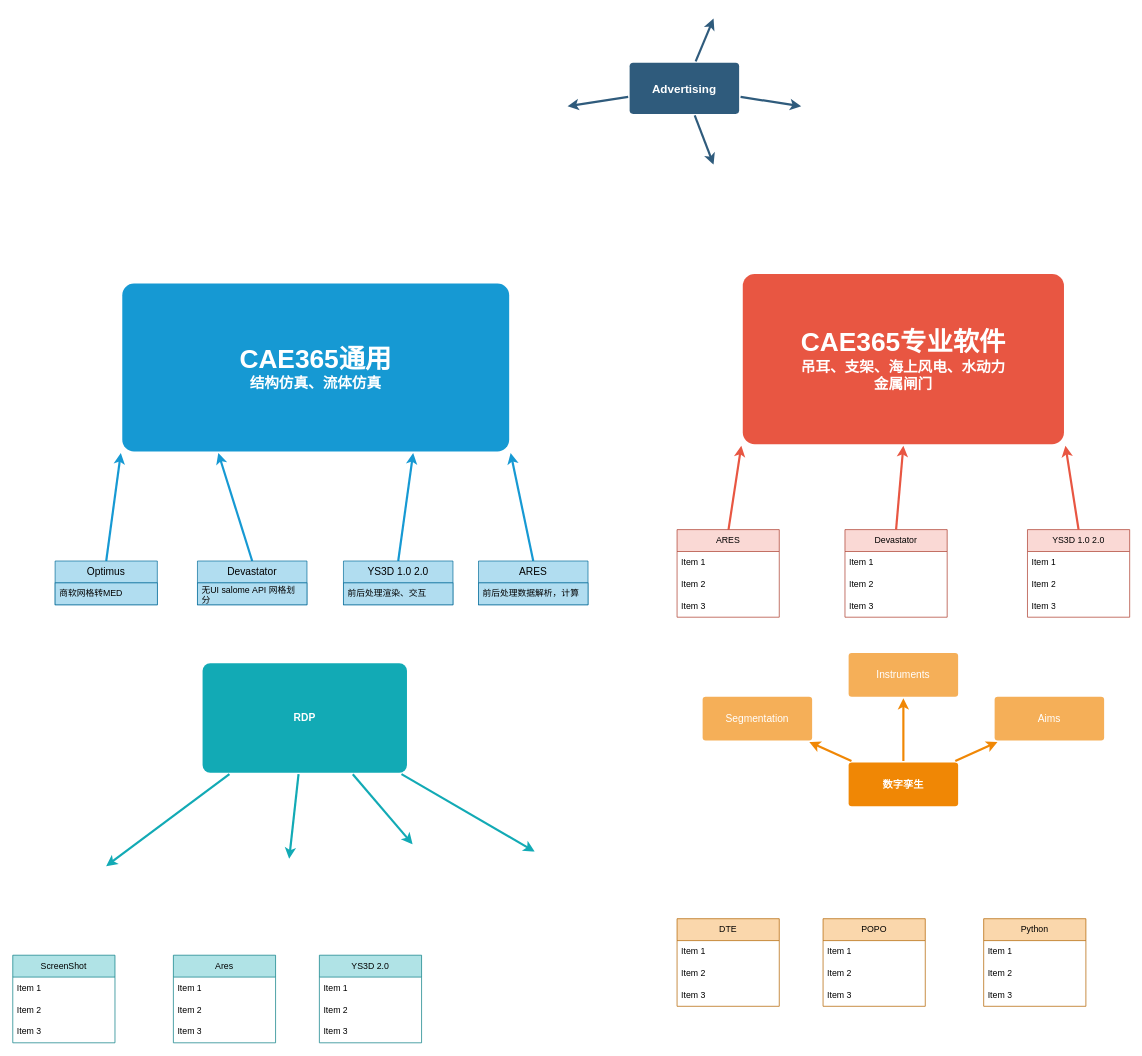
Earlier version of the draw.io diagram 3d.drawio (Harekaze-Misakiakeno/uml). Source tidied: cells renumbered, new cells numbered last; positions are measured from the earlier drawing's top-left corner, leaving out a move shared by most shapes. Both pictures are drawn from the tidied source at 73%, with x=0, y=0 at pixel (12, 18).
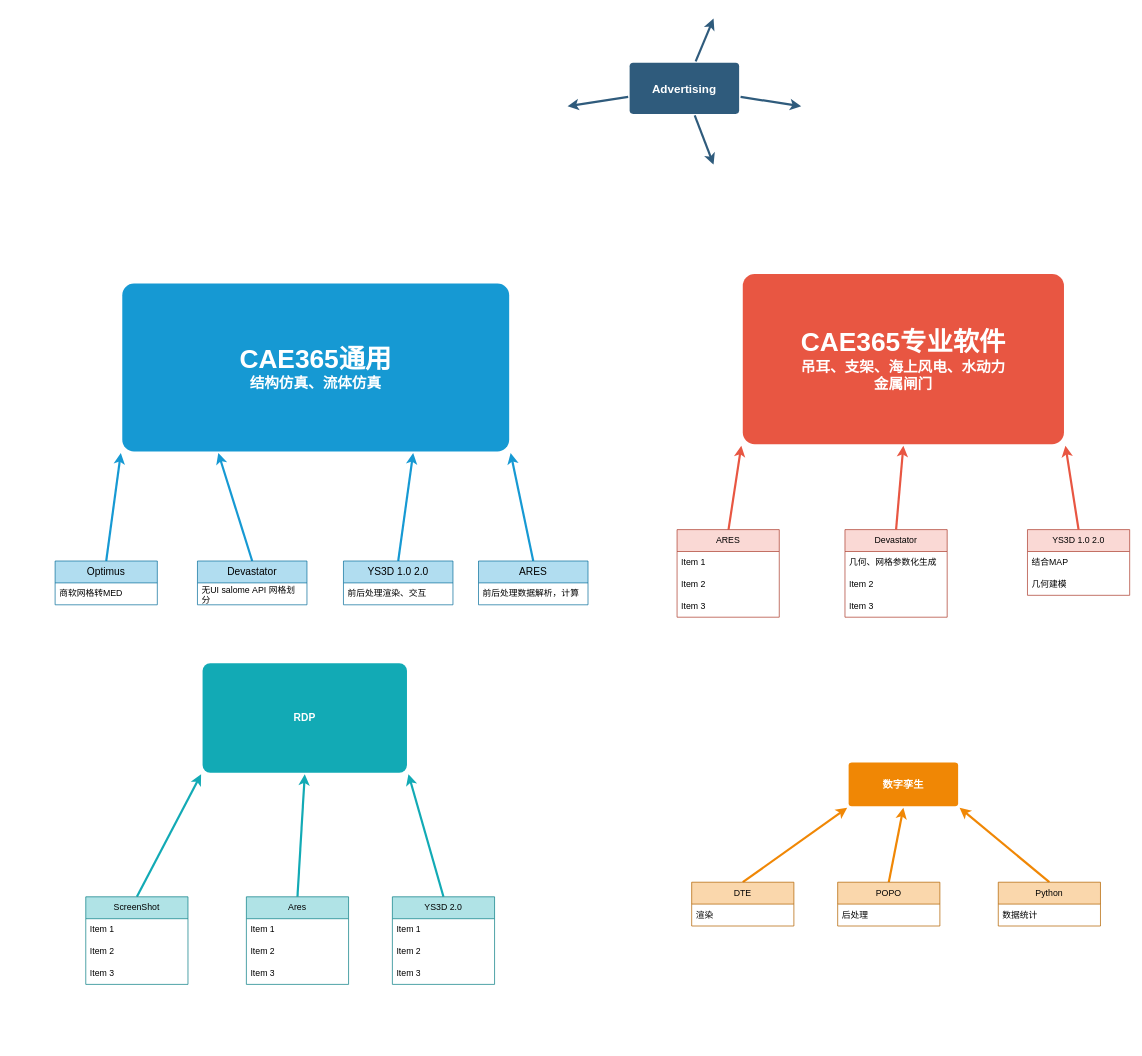
Above is the later version.

The change refers to these unchanged cells:
```xml
<mxCell id="13" value="数字孪生" style="rounded=1;whiteSpace=wrap;html=1;shadow=0;labelBackgroundColor=none;strokeColor=none;strokeWidth=3;fillColor=#F08705;fontFamily=Helvetica;fontSize=14;fontColor=#FFFFFF;align=center;spacing=5;fontStyle=1;arcSize=7;perimeterSpacing=2;" parent="1" vertex="1">
  <mxGeometry x="1145" y="1019" width="150" height="60" as="geometry" />
</mxCell>
<mxCell id="20" value="RDP" style="rounded=1;whiteSpace=wrap;html=1;shadow=0;labelBackgroundColor=none;strokeColor=none;strokeWidth=3;fillColor=#12aab5;fontFamily=Helvetica;fontSize=14;fontColor=#FFFFFF;align=center;spacing=5;fontStyle=1;arcSize=7;perimeterSpacing=2;" parent="1" vertex="1">
  <mxGeometry x="260" y="883" width="280" height="150" as="geometry" />
</mxCell>
<mxCell id="26" value="&lt;span style=&quot;font-size: 14px;&quot;&gt;&lt;font style=&quot;color: rgb(0, 0, 0);&quot;&gt;Optimus&lt;/font&gt;&lt;/span&gt;" style="swimlane;fontStyle=0;horizontal=1;startSize=30;whiteSpace=wrap;html=1;fillColor=#b1ddf0;strokeColor=#10739e;" parent="1" vertex="1">
  <mxGeometry x="58" y="743" width="140" height="60" as="geometry" />
</mxCell>
<mxCell id="28" value="&lt;span style=&quot;font-size: 14px;&quot;&gt;Devastator&lt;/span&gt;" style="swimlane;fontStyle=0;horizontal=1;startSize=30;whiteSpace=wrap;html=1;fillColor=#b1ddf0;strokeColor=#10739e;" parent="1" vertex="1">
  <mxGeometry x="253" y="743" width="150" height="60" as="geometry" />
</mxCell>
<mxCell id="30" value="&lt;span style=&quot;font-size: 14px;&quot;&gt;YS3D 1.0 2.0&lt;/span&gt;" style="swimlane;fontStyle=0;horizontal=1;startSize=30;whiteSpace=wrap;html=1;fillColor=#b1ddf0;strokeColor=#10739e;" parent="1" vertex="1">
  <mxGeometry x="453" y="743" width="150" height="60" as="geometry" />
</mxCell>
<mxCell id="32" value="&lt;span style=&quot;font-size: 14px;&quot;&gt;ARES&lt;/span&gt;" style="swimlane;fontStyle=0;horizontal=1;startSize=30;whiteSpace=wrap;html=1;fillColor=#b1ddf0;strokeColor=#10739e;" parent="1" vertex="1">
  <mxGeometry x="638" y="743" width="150" height="60" as="geometry" />
</mxCell>
<mxCell id="38" value="Devastator" style="swimlane;fontStyle=0;horizontal=1;startSize=30;whiteSpace=wrap;html=1;strokeColor=#ae4132;align=center;verticalAlign=middle;fontFamily=Helvetica;fontSize=12;fillColor=#fad9d5;" parent="1" vertex="1">
  <mxGeometry x="1140" y="700" width="140" height="120" as="geometry" />
</mxCell>
```

The edit, as a diff of the source:
```diff
@@
-    <mxCell id="14" value="Aims&lt;br&gt;" style="rounded=1;whiteSpace=wrap;html=1;shadow=0;labelBackgroundColor=none;strokeColor=none;strokeWidth=3;fillColor=#f5af58;fontFamily=Helvetica;fontSize=14;fontColor=#FFFFFF;align=center;spacing=5;arcSize=7;perimeterSpacing=2;" parent="1" vertex="1">
-      <mxGeometry x="1345" y="929" width="150" height="60" as="geometry" />
-    </mxCell>
-    <mxCell id="15" style="edgeStyle=none;rounded=0;jumpStyle=none;html=1;shadow=0;labelBackgroundColor=none;startArrow=none;startFill=0;endArrow=classic;endFill=1;jettySize=auto;strokeColor=#F08705;strokeWidth=3;fontFamily=Helvetica;fontSize=14;fontColor=#FFFFFF;spacing=5;" parent="1" edge="1" source="13" target="14">
+    <mxCell id="15" style="edgeStyle=none;rounded=0;jumpStyle=none;html=1;shadow=0;labelBackgroundColor=none;startArrow=none;startFill=0;endArrow=classic;endFill=1;jettySize=auto;strokeColor=#F08705;strokeWidth=3;fontFamily=Helvetica;fontSize=14;fontColor=#FFFFFF;spacing=5;exitX=0.5;exitY=0;exitDx=0;exitDy=0;entryX=1;entryY=1;entryDx=0;entryDy=0;" parent="1" edge="1" source="68" target="13">
       <mxGeometry relative="1" as="geometry" />
     </mxCell>
-    <mxCell id="16" value="Instruments" style="rounded=1;whiteSpace=wrap;html=1;shadow=0;labelBackgroundColor=none;strokeColor=none;strokeWidth=3;fillColor=#f5af58;fontFamily=Helvetica;fontSize=14;fontColor=#FFFFFF;align=center;spacing=5;arcSize=7;perimeterSpacing=2;" parent="1" vertex="1">
-      <mxGeometry x="1145" y="869" width="150" height="60" as="geometry" />
-    </mxCell>
-    <mxCell id="17" style="edgeStyle=none;rounded=0;jumpStyle=none;html=1;shadow=0;labelBackgroundColor=none;startArrow=none;startFill=0;endArrow=classic;endFill=1;jettySize=auto;strokeColor=#F08705;strokeWidth=3;fontFamily=Helvetica;fontSize=14;fontColor=#FFFFFF;spacing=5;" parent="1" edge="1" source="13" target="16">
+    <mxCell id="17" style="edgeStyle=none;rounded=0;jumpStyle=none;html=1;shadow=0;labelBackgroundColor=none;startArrow=none;startFill=0;endArrow=classic;endFill=1;jettySize=auto;strokeColor=#F08705;strokeWidth=3;fontFamily=Helvetica;fontSize=14;fontColor=#FFFFFF;spacing=5;exitX=0.5;exitY=0;exitDx=0;exitDy=0;entryX=0.5;entryY=1;entryDx=0;entryDy=0;" parent="1" edge="1" source="64" target="13">
       <mxGeometry relative="1" as="geometry" />
     </mxCell>
-    <mxCell id="18" value="Segmentation" style="rounded=1;whiteSpace=wrap;html=1;shadow=0;labelBackgroundColor=none;strokeColor=none;strokeWidth=3;fillColor=#f5af58;fontFamily=Helvetica;fontSize=14;fontColor=#FFFFFF;align=center;spacing=5;arcSize=7;perimeterSpacing=2;" parent="1" vertex="1">
-      <mxGeometry x="945" y="929" width="150" height="60" as="geometry" />
-    </mxCell>
-    <mxCell id="19" style="edgeStyle=none;rounded=0;jumpStyle=none;html=1;shadow=0;labelBackgroundColor=none;startArrow=none;startFill=0;endArrow=classic;endFill=1;jettySize=auto;strokeColor=#F08705;strokeWidth=3;fontFamily=Helvetica;fontSize=14;fontColor=#FFFFFF;spacing=5;" parent="1" edge="1" source="13" target="18">
+    <mxCell id="19" style="edgeStyle=none;rounded=0;jumpStyle=none;html=1;shadow=0;labelBackgroundColor=none;startArrow=none;startFill=0;endArrow=classic;endFill=1;jettySize=auto;strokeColor=#F08705;strokeWidth=3;fontFamily=Helvetica;fontSize=14;fontColor=#FFFFFF;spacing=5;exitX=0.5;exitY=0;exitDx=0;exitDy=0;entryX=0;entryY=1;entryDx=0;entryDy=0;" parent="1" edge="1" source="60" target="13">
       <mxGeometry relative="1" as="geometry" />
     </mxCell>
@@
-    <mxCell id="21" style="edgeStyle=none;rounded=1;jumpStyle=none;html=1;shadow=0;labelBackgroundColor=none;startArrow=none;startFill=0;jettySize=auto;strokeColor=#12AAB5;strokeWidth=3;fontFamily=Helvetica;fontSize=14;fontColor=#FFFFFF;spacing=5;fontStyle=1;fillColor=#b0e3e6;" parent="1" edge="1" source="20">
-      <mxGeometry relative="1" as="geometry">
-        <mxPoint x="127.9" y="1161" as="targetPoint" />
-      </mxGeometry>
+    <mxCell id="21" style="edgeStyle=none;rounded=1;jumpStyle=none;html=1;shadow=0;labelBackgroundColor=none;startArrow=none;startFill=0;jettySize=auto;strokeColor=#12AAB5;strokeWidth=3;fontFamily=Helvetica;fontSize=14;fontColor=#FFFFFF;spacing=5;fontStyle=1;fillColor=#b0e3e6;entryX=0;entryY=1;entryDx=0;entryDy=0;exitX=0.5;exitY=0;exitDx=0;exitDy=0;" parent="1" edge="1" source="48" target="20">
+      <mxGeometry relative="1" as="geometry" />
     </mxCell>
-    <mxCell id="22" style="edgeStyle=none;rounded=1;jumpStyle=none;html=1;shadow=0;labelBackgroundColor=none;startArrow=none;startFill=0;jettySize=auto;strokeColor=#12AAB5;strokeWidth=3;fontFamily=Helvetica;fontSize=14;fontColor=#FFFFFF;spacing=5;fontStyle=1;fillColor=#b0e3e6;" parent="1" edge="1" source="20">
-      <mxGeometry relative="1" as="geometry">
-        <mxPoint x="378.6" y="1151" as="targetPoint" />
-      </mxGeometry>
-    </mxCell>
-    <mxCell id="23" style="edgeStyle=none;rounded=1;jumpStyle=none;html=1;shadow=0;labelBackgroundColor=none;startArrow=none;startFill=0;jettySize=auto;strokeColor=#12AAB5;strokeWidth=3;fontFamily=Helvetica;fontSize=14;fontColor=#FFFFFF;spacing=5;fontStyle=1;fillColor=#b0e3e6;" parent="1" edge="1" source="20">
-      <mxGeometry relative="1" as="geometry">
-        <mxPoint x="547.7" y="1131" as="targetPoint" />
-      </mxGeometry>
+    <mxCell id="23" style="edgeStyle=none;rounded=1;jumpStyle=none;html=1;shadow=0;labelBackgroundColor=none;startArrow=none;startFill=0;jettySize=auto;strokeColor=#12AAB5;strokeWidth=3;fontFamily=Helvetica;fontSize=14;fontColor=#FFFFFF;spacing=5;fontStyle=1;fillColor=#b0e3e6;entryX=0.5;entryY=1;entryDx=0;entryDy=0;exitX=0.5;exitY=0;exitDx=0;exitDy=0;" parent="1" edge="1" source="52" target="20">
+      <mxGeometry relative="1" as="geometry" />
     </mxCell>
-    <mxCell id="24" style="edgeStyle=none;rounded=1;jumpStyle=none;html=1;shadow=0;labelBackgroundColor=none;startArrow=none;startFill=0;jettySize=auto;strokeColor=#12AAB5;strokeWidth=3;fontFamily=Helvetica;fontSize=14;fontColor=#FFFFFF;spacing=5;fontStyle=1;fillColor=#b0e3e6;" parent="1" edge="1" source="20">
-      <mxGeometry relative="1" as="geometry">
-        <mxPoint x="714.9" y="1141" as="targetPoint" />
-      </mxGeometry>
+    <mxCell id="24" style="edgeStyle=none;rounded=1;jumpStyle=none;html=1;shadow=0;labelBackgroundColor=none;startArrow=none;startFill=0;jettySize=auto;strokeColor=#12AAB5;strokeWidth=3;fontFamily=Helvetica;fontSize=14;fontColor=#FFFFFF;spacing=5;fontStyle=1;fillColor=#b0e3e6;entryX=1;entryY=1;entryDx=0;entryDy=0;exitX=0.5;exitY=0;exitDx=0;exitDy=0;" parent="1" edge="1" source="56" target="20">
+      <mxGeometry relative="1" as="geometry" />
     </mxCell>
@@
-    <mxCell id="27" value="商软网格转MED" style="text;strokeColor=#10739e;fillColor=#b1ddf0;align=left;verticalAlign=middle;spacingLeft=4;spacingRight=4;overflow=hidden;whiteSpace=wrap;html=1;" parent="26" vertex="1">
+    <mxCell id="27" value="商软网格转MED" style="text;align=left;verticalAlign=middle;spacingLeft=4;spacingRight=4;overflow=hidden;whiteSpace=wrap;html=1;" parent="26" vertex="1">
       <mxGeometry y="30" width="140" height="30" as="geometry" />
     </mxCell>
@@
-    <mxCell id="29" value="无UI&amp;nbsp;salome&amp;nbsp;API&amp;nbsp;网格划分" style="text;strokeColor=#10739e;fillColor=#b1ddf0;align=left;verticalAlign=middle;spacingLeft=4;spacingRight=4;overflow=hidden;whiteSpace=wrap;html=1;" parent="28" vertex="1">
+    <mxCell id="29" value="无UI&amp;nbsp;salome&amp;nbsp;API&amp;nbsp;网格划分" style="text;align=left;verticalAlign=middle;spacingLeft=4;spacingRight=4;overflow=hidden;whiteSpace=wrap;html=1;" parent="28" vertex="1">
       <mxGeometry y="30" width="150" height="30" as="geometry" />
     </mxCell>
@@
-    <mxCell id="31" value="前后处理渲染、交互" style="text;strokeColor=#10739e;fillColor=#b1ddf0;align=left;verticalAlign=middle;spacingLeft=4;spacingRight=4;overflow=hidden;whiteSpace=wrap;html=1;" parent="30" vertex="1">
+    <mxCell id="31" value="前后处理渲染、交互" style="text;align=left;verticalAlign=middle;spacingLeft=4;spacingRight=4;overflow=hidden;whiteSpace=wrap;html=1;" parent="30" vertex="1">
       <mxGeometry y="30" width="150" height="30" as="geometry" />
     </mxCell>
@@
-    <mxCell id="33" value="前后处理数据解析，计算" style="text;strokeColor=#10739e;fillColor=#b1ddf0;align=left;verticalAlign=middle;spacingLeft=4;spacingRight=4;overflow=hidden;whiteSpace=wrap;html=1;" parent="32" vertex="1">
+    <mxCell id="33" value="前后处理数据解析，计算" style="text;align=left;verticalAlign=middle;spacingLeft=4;spacingRight=4;overflow=hidden;whiteSpace=wrap;html=1;" parent="32" vertex="1">
       <mxGeometry y="30" width="150" height="30" as="geometry" />
     </mxCell>
@@
-    <mxCell id="39" value="Item 1" style="text;strokeColor=none;fillColor=none;align=left;verticalAlign=middle;spacingLeft=4;spacingRight=4;overflow=hidden;whiteSpace=wrap;html=1;fontFamily=Helvetica;fontSize=12;fontColor=default;fontStyle=0;horizontal=1;" parent="38" vertex="1">
+    <mxCell id="39" value="几何、网格参数化生成" style="text;strokeColor=none;fillColor=none;align=left;verticalAlign=middle;spacingLeft=4;spacingRight=4;overflow=hidden;whiteSpace=wrap;html=1;fontFamily=Helvetica;fontSize=12;fontColor=default;fontStyle=0;horizontal=1;" parent="38" vertex="1">
       <mxGeometry y="30" width="140" height="30" as="geometry" />
     </mxCell>
@@
     <mxCell id="42" value="YS3D 1.0 2.0" style="swimlane;fontStyle=0;horizontal=1;startSize=30;whiteSpace=wrap;html=1;strokeColor=#ae4132;align=center;verticalAlign=middle;fontFamily=Helvetica;fontSize=12;fillColor=#fad9d5;" parent="1" vertex="1">
-      <mxGeometry x="1390" y="700" width="140" height="120" as="geometry" />
+      <mxGeometry x="1390" y="700" width="140" height="90" as="geometry" />
     </mxCell>
-    <mxCell id="43" value="Item 1" style="text;strokeColor=none;fillColor=none;align=left;verticalAlign=middle;spacingLeft=4;spacingRight=4;overflow=hidden;whiteSpace=wrap;html=1;fontFamily=Helvetica;fontSize=12;fontColor=default;fontStyle=0;horizontal=1;" parent="42" vertex="1">
-      <mxGeometry y="30" width="140" height="30" as="geometry" />
-    </mxCell>
-    <mxCell id="44" value="Item 2" style="text;strokeColor=none;fillColor=none;align=left;verticalAlign=middle;spacingLeft=4;spacingRight=4;overflow=hidden;whiteSpace=wrap;html=1;fontFamily=Helvetica;fontSize=12;fontColor=default;fontStyle=0;horizontal=1;" parent="42" vertex="1">
-      <mxGeometry y="60" width="140" height="30" as="geometry" />
+    <mxCell id="44" value="结合MAP" style="text;strokeColor=none;fillColor=none;align=left;verticalAlign=middle;spacingLeft=4;spacingRight=4;overflow=hidden;whiteSpace=wrap;html=1;fontFamily=Helvetica;fontSize=12;fontColor=default;fontStyle=0;horizontal=1;" parent="42" vertex="1">
+      <mxGeometry y="30" width="140" height="30" as="geometry" />
     </mxCell>
-    <mxCell id="45" value="Item 3" style="text;strokeColor=none;fillColor=none;align=left;verticalAlign=middle;spacingLeft=4;spacingRight=4;overflow=hidden;whiteSpace=wrap;html=1;fontFamily=Helvetica;fontSize=12;fontColor=default;fontStyle=0;horizontal=1;" parent="42" vertex="1">
-      <mxGeometry y="90" width="140" height="30" as="geometry" />
+    <mxCell id="45" value="几何建模" style="text;strokeColor=none;fillColor=none;align=left;verticalAlign=middle;spacingLeft=4;spacingRight=4;overflow=hidden;whiteSpace=wrap;html=1;fontFamily=Helvetica;fontSize=12;fontColor=default;fontStyle=0;horizontal=1;" parent="42" vertex="1">
+      <mxGeometry y="60" width="140" height="30" as="geometry" />
     </mxCell>
@@
     <mxCell id="48" value="ScreenShot" style="swimlane;fontStyle=0;horizontal=1;startSize=30;whiteSpace=wrap;html=1;strokeColor=#0e8088;align=center;verticalAlign=middle;fontFamily=Helvetica;fontSize=12;fillColor=#b0e3e6;" parent="1" vertex="1">
-      <mxGeometry y="1283" width="140" height="120" as="geometry" />
+      <mxGeometry x="100" y="1203" width="140" height="120" as="geometry" />
     </mxCell>
@@
     <mxCell id="52" value="Ares" style="swimlane;fontStyle=0;horizontal=1;startSize=30;whiteSpace=wrap;html=1;strokeColor=#0e8088;align=center;verticalAlign=middle;fontFamily=Helvetica;fontSize=12;fillColor=#b0e3e6;" parent="1" vertex="1">
-      <mxGeometry x="220" y="1283" width="140" height="120" as="geometry" />
+      <mxGeometry x="320" y="1203" width="140" height="120" as="geometry" />
     </mxCell>
@@
     <mxCell id="56" value="YS3D 2.0" style="swimlane;fontStyle=0;horizontal=1;startSize=30;whiteSpace=wrap;html=1;strokeColor=#0e8088;align=center;verticalAlign=middle;fontFamily=Helvetica;fontSize=12;fillColor=#b0e3e6;" parent="1" vertex="1">
-      <mxGeometry x="420" y="1283" width="140" height="120" as="geometry" />
+      <mxGeometry x="520" y="1203" width="140" height="120" as="geometry" />
     </mxCell>
@@
     <mxCell id="60" value="DTE" style="swimlane;fontStyle=0;horizontal=1;startSize=30;whiteSpace=wrap;html=1;strokeColor=#b46504;align=center;verticalAlign=middle;fontFamily=Helvetica;fontSize=12;fillColor=#fad7ac;" parent="1" vertex="1">
-      <mxGeometry x="910" y="1233" width="140" height="120" as="geometry" />
+      <mxGeometry x="930" y="1183" width="140" height="60" as="geometry" />
     </mxCell>
-    <mxCell id="61" value="Item 1" style="text;strokeColor=none;fillColor=none;align=left;verticalAlign=middle;spacingLeft=4;spacingRight=4;overflow=hidden;whiteSpace=wrap;html=1;fontFamily=Helvetica;fontSize=12;fontColor=default;fontStyle=0;horizontal=1;" parent="60" vertex="1">
+    <mxCell id="61" value="渲染" style="text;strokeColor=none;fillColor=none;align=left;verticalAlign=middle;spacingLeft=4;spacingRight=4;overflow=hidden;whiteSpace=wrap;html=1;fontFamily=Helvetica;fontSize=12;fontColor=default;fontStyle=0;horizontal=1;" parent="60" vertex="1">
       <mxGeometry y="30" width="140" height="30" as="geometry" />
     </mxCell>
-    <mxCell id="62" value="Item 2" style="text;strokeColor=none;fillColor=none;align=left;verticalAlign=middle;spacingLeft=4;spacingRight=4;overflow=hidden;whiteSpace=wrap;html=1;fontFamily=Helvetica;fontSize=12;fontColor=default;fontStyle=0;horizontal=1;" parent="60" vertex="1">
-      <mxGeometry y="60" width="140" height="30" as="geometry" />
-    </mxCell>
-    <mxCell id="63" value="Item 3" style="text;strokeColor=none;fillColor=none;align=left;verticalAlign=middle;spacingLeft=4;spacingRight=4;overflow=hidden;whiteSpace=wrap;html=1;fontFamily=Helvetica;fontSize=12;fontColor=default;fontStyle=0;horizontal=1;" parent="60" vertex="1">
-      <mxGeometry y="90" width="140" height="30" as="geometry" />
-    </mxCell>
     <mxCell id="64" value="POPO" style="swimlane;fontStyle=0;horizontal=1;startSize=30;whiteSpace=wrap;html=1;strokeColor=#b46504;align=center;verticalAlign=middle;fontFamily=Helvetica;fontSize=12;fillColor=#fad7ac;" parent="1" vertex="1">
-      <mxGeometry x="1110" y="1233" width="140" height="120" as="geometry" />
+      <mxGeometry x="1130" y="1183" width="140" height="60" as="geometry" />
     </mxCell>
-    <mxCell id="65" value="Item 1" style="text;strokeColor=none;fillColor=none;align=left;verticalAlign=middle;spacingLeft=4;spacingRight=4;overflow=hidden;whiteSpace=wrap;html=1;fontFamily=Helvetica;fontSize=12;fontColor=default;fontStyle=0;horizontal=1;" parent="64" vertex="1">
+    <mxCell id="65" value="后处理" style="text;strokeColor=none;fillColor=none;align=left;verticalAlign=middle;spacingLeft=4;spacingRight=4;overflow=hidden;whiteSpace=wrap;html=1;fontFamily=Helvetica;fontSize=12;fontColor=default;fontStyle=0;horizontal=1;" parent="64" vertex="1">
       <mxGeometry y="30" width="140" height="30" as="geometry" />
     </mxCell>
-    <mxCell id="66" value="Item 2" style="text;strokeColor=none;fillColor=none;align=left;verticalAlign=middle;spacingLeft=4;spacingRight=4;overflow=hidden;whiteSpace=wrap;html=1;fontFamily=Helvetica;fontSize=12;fontColor=default;fontStyle=0;horizontal=1;" parent="64" vertex="1">
-      <mxGeometry y="60" width="140" height="30" as="geometry" />
-    </mxCell>
-    <mxCell id="67" value="Item 3" style="text;strokeColor=none;fillColor=none;align=left;verticalAlign=middle;spacingLeft=4;spacingRight=4;overflow=hidden;whiteSpace=wrap;html=1;fontFamily=Helvetica;fontSize=12;fontColor=default;fontStyle=0;horizontal=1;" parent="64" vertex="1">
-      <mxGeometry y="90" width="140" height="30" as="geometry" />
-    </mxCell>
     <mxCell id="68" value="Python" style="swimlane;fontStyle=0;horizontal=1;startSize=30;whiteSpace=wrap;html=1;strokeColor=#b46504;align=center;verticalAlign=middle;fontFamily=Helvetica;fontSize=12;fillColor=#fad7ac;" parent="1" vertex="1">
-      <mxGeometry x="1330" y="1233" width="140" height="120" as="geometry" />
+      <mxGeometry x="1350" y="1183" width="140" height="60" as="geometry" />
     </mxCell>
-    <mxCell id="69" value="Item 1" style="text;strokeColor=none;fillColor=none;align=left;verticalAlign=middle;spacingLeft=4;spacingRight=4;overflow=hidden;whiteSpace=wrap;html=1;fontFamily=Helvetica;fontSize=12;fontColor=default;fontStyle=0;horizontal=1;" parent="68" vertex="1">
+    <mxCell id="69" value="数据统计" style="text;strokeColor=none;fillColor=none;align=left;verticalAlign=middle;spacingLeft=4;spacingRight=4;overflow=hidden;whiteSpace=wrap;html=1;fontFamily=Helvetica;fontSize=12;fontColor=default;fontStyle=0;horizontal=1;" parent="68" vertex="1">
       <mxGeometry y="30" width="140" height="30" as="geometry" />
     </mxCell>
-    <mxCell id="70" value="Item 2" style="text;strokeColor=none;fillColor=none;align=left;verticalAlign=middle;spacingLeft=4;spacingRight=4;overflow=hidden;whiteSpace=wrap;html=1;fontFamily=Helvetica;fontSize=12;fontColor=default;fontStyle=0;horizontal=1;" parent="68" vertex="1">
-      <mxGeometry y="60" width="140" height="30" as="geometry" />
-    </mxCell>
-    <mxCell id="71" value="Item 3" style="text;strokeColor=none;fillColor=none;align=left;verticalAlign=middle;spacingLeft=4;spacingRight=4;overflow=hidden;whiteSpace=wrap;html=1;fontFamily=Helvetica;fontSize=12;fontColor=default;fontStyle=0;horizontal=1;" parent="68" vertex="1">
-      <mxGeometry y="90" width="140" height="30" as="geometry" />
-    </mxCell>
```
